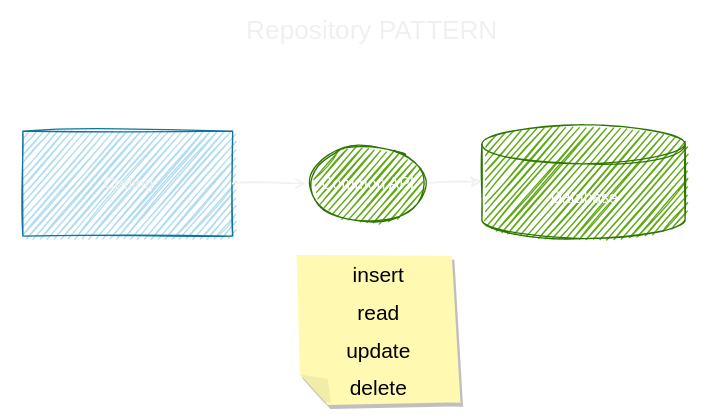
The draw.io diagram images/spring_data_schema.svg in matiaspakua/tech.notes.io, before a commit. Source tidied: cells renumbered, new cells last; positions are measured from the earlier drawing's top-left corner, leaving out a move shared by most shapes.
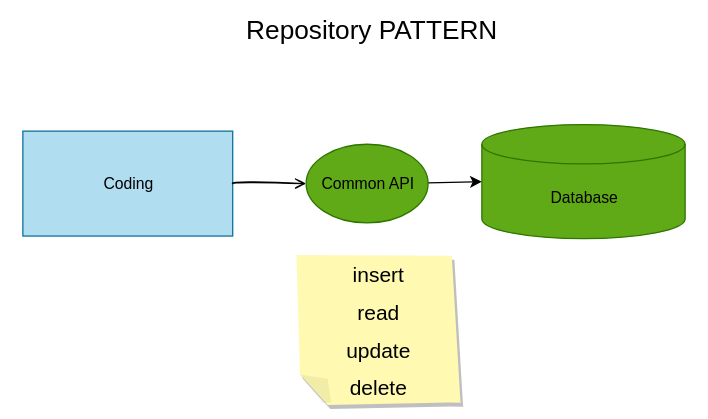
After the commit.

Diff of the diagram source:
```diff
@@ -5,7 +5,7 @@
     <mxCell id="2" value="Coding" style="rounded=0;whiteSpace=wrap;html=1;fillColor=#b1ddf0;strokeColor=#10739e;" parent="1" vertex="1">
       <mxGeometry y="87" width="160" height="80" as="geometry" />
     </mxCell>
-    <mxCell id="3" value="Database" style="shape=cylinder3;whiteSpace=wrap;html=1;boundedLbl=1;backgroundOutline=1;size=15;fillColor=#60a917;strokeColor=#2D7600;fontColor=#ffffff;" parent="1" vertex="1">
+    <mxCell id="3" value="Database" style="shape=cylinder3;whiteSpace=wrap;html=1;boundedLbl=1;backgroundOutline=1;size=15;fillColor=#60a917;strokeColor=#2D7600;" parent="1" vertex="1">
       <mxGeometry x="350" y="82" width="155" height="87" as="geometry" />
     </mxCell>
     <mxCell id="4" style="edgeStyle=none;curved=1;rounded=0;jettySize=auto;html=1;endArrow=open;sourcePerimeterSpacing=8;targetPerimeterSpacing=8;fontSize=16;sketch=1;exitX=1;exitY=0.5;exitDx=0;exitDy=0;entryX=0;entryY=0.5;entryDx=0;entryDy=0;" parent="1" edge="1" source="2" target="6">
@@ -14,10 +14,10 @@
     <mxCell id="5" style="edgeStyle=none;html=1;entryX=0;entryY=0.5;entryDx=0;entryDy=0;entryPerimeter=0;" parent="1" edge="1" source="6" target="3">
       <mxGeometry relative="1" as="geometry" />
     </mxCell>
-    <mxCell id="6" value="Common API" style="ellipse;whiteSpace=wrap;html=1;fillColor=#60a917;strokeColor=#2D7600;fontColor=#ffffff;" parent="1" vertex="1">
+    <mxCell id="6" value="Common API" style="ellipse;whiteSpace=wrap;html=1;fillColor=#60a917;strokeColor=#2D7600;" parent="1" vertex="1">
       <mxGeometry x="216" y="97" width="93" height="60" as="geometry" />
     </mxCell>
-    <mxCell id="7" value="&lt;font style=&quot;font-size: 16px&quot;&gt;insert&lt;br&gt;read&lt;br&gt;update&lt;br&gt;delete&lt;/font&gt;" style="shape=note;whiteSpace=wrap;html=1;backgroundOutline=1;fontColor=#000000;darkOpacity=0.05;fillColor=#FFF9B2;strokeColor=none;fillStyle=solid;direction=west;gradientDirection=north;shadow=1;size=20;fontSize=24;sketch=1;jiggle=2;" parent="1" vertex="1">
+    <mxCell id="7" value="&lt;font style=&quot;font-size: 16px&quot;&gt;insert&lt;br&gt;read&lt;br&gt;update&lt;br&gt;delete&lt;/font&gt;" style="shape=note;whiteSpace=wrap;html=1;backgroundOutline=1;darkOpacity=0.05;fillColor=#FFF9B2;strokeColor=none;fillStyle=solid;direction=west;gradientDirection=north;shadow=1;size=20;fontSize=24;sketch=1;jiggle=2;" parent="1" vertex="1">
       <mxGeometry x="211" y="180" width="119" height="113" as="geometry" />
     </mxCell>
     <mxCell id="8" value="&lt;font style=&quot;font-size: 20px&quot;&gt;Repository PATTERN&lt;/font&gt;" style="text;html=1;align=center;verticalAlign=middle;strokeColor=none;strokeWidth=6;" parent="1" vertex="1">
```
